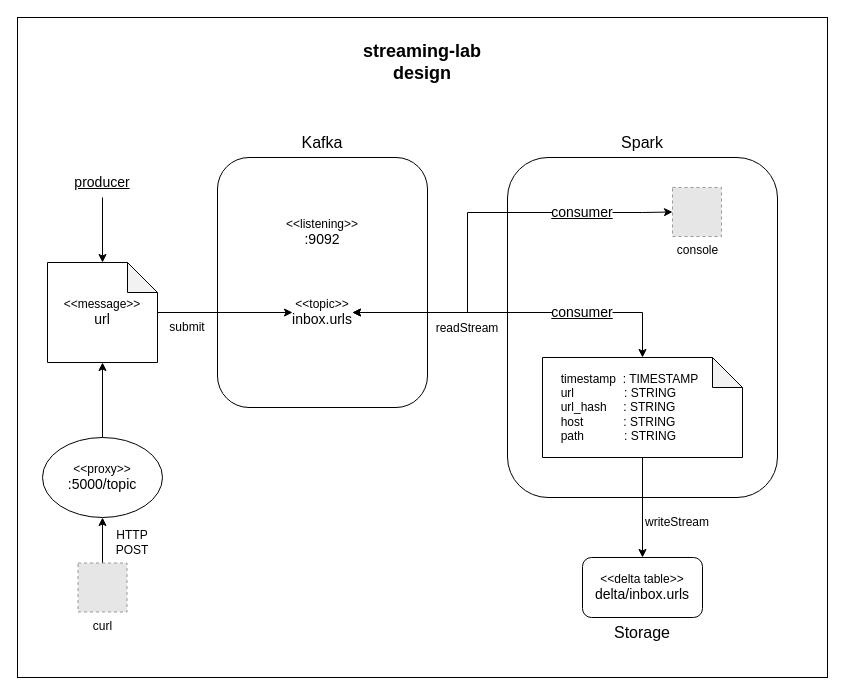
InterruptSpeed/streaming-lab keeps this draw.io diagram as design.drawio.xml. Above is the earlier version. Source tidied: cells renumbered, new cells numbered last; positions are measured from the earlier drawing's top-left corner, leaving out a move shared by most shapes. Both pictures are drawn from the tidied source at 100%, with x=0, y=0 at pixel (17, 17). Pictures stored in the file or linked from it are replaced by grey dashed boxes.
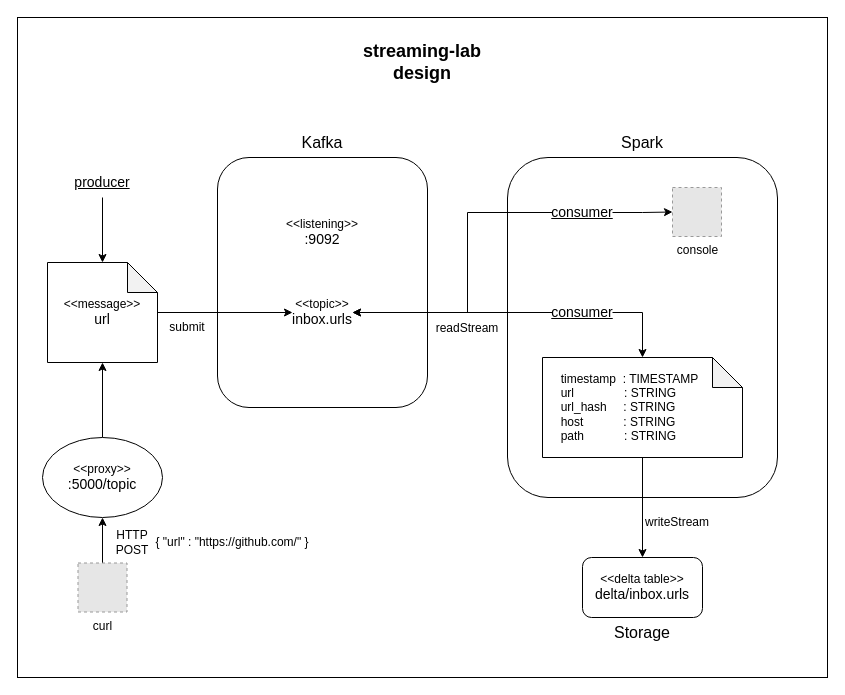
The same page after the edit.

Commit message (it also covers changes not shown here):
added JSON payload to diagram

The edit, as a diff of the source:
```diff
@@
+    <mxCell id="33" value="{ &quot;url&quot; : &quot;https://github.com/&quot; }" style="text;html=1;strokeColor=none;fillColor=none;align=center;verticalAlign=middle;whiteSpace=wrap;rounded=0;" parent="1" vertex="1">
+      <mxGeometry x="120" y="510" width="190" height="30" as="geometry" />
+    </mxCell>
```
